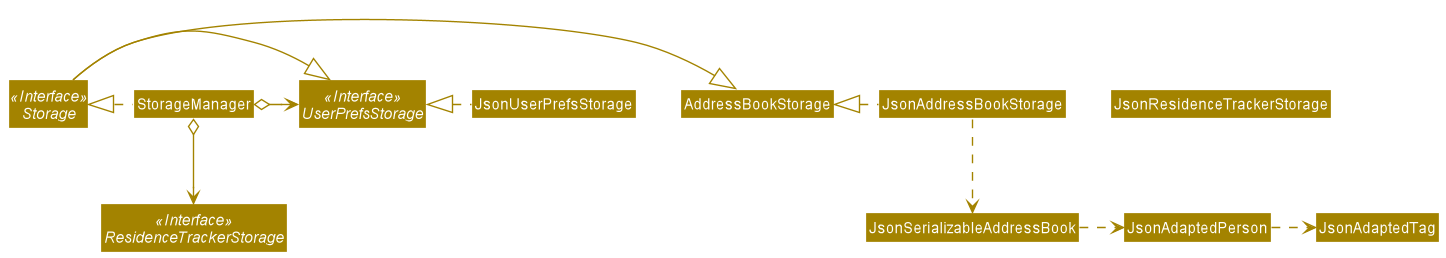
This is docs/images/StorageClassDiagram.png from nus-cs2103-AY2021S2/tp, a PlantUML export, as it was before one commit. The source it was exported from:
```plantuml
@startuml
!include style.puml
skinparam arrowThickness 1.1
skinparam arrowColor STORAGE_COLOR
skinparam classBackgroundColor STORAGE_COLOR

Interface Storage <<Interface>>
Interface UserPrefsStorage <<Interface>>
Interface ResidenceTrackerStorage <<Interface>>

Class StorageManager
Class JsonUserPrefsStorage
Class JsonResidenceTrackerStorage

StorageManager .left.|> Storage
StorageManager o-right-> UserPrefsStorage
StorageManager o--> ResidenceTrackerStorage

Storage -|> UserPrefsStorage
Storage -|> AddressBookStorage

JsonUserPrefsStorage .left.|> UserPrefsStorage
JsonAddressBookStorage .left.|> AddressBookStorage
JsonAddressBookStorage .down.> JsonSerializableAddressBook
JsonSerializableAddressBook .right.> JsonAdaptedPerson
JsonAdaptedPerson .right.> JsonAdaptedTag
@enduml
```
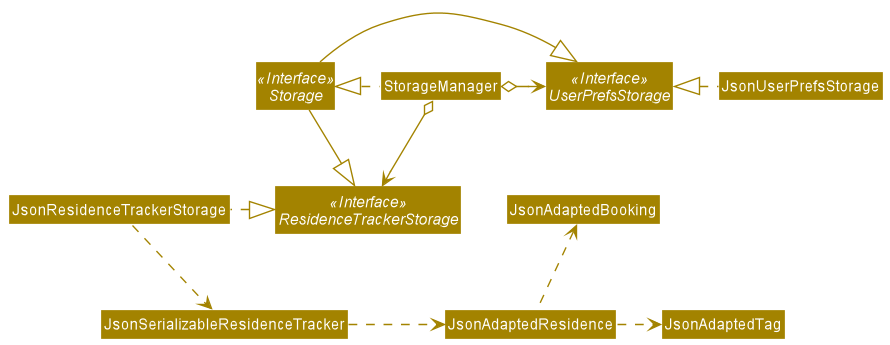
Above is the later version.

The edit, as a diff of the source:
```diff
@@ -17,11 +17,12 @@
 StorageManager o--> ResidenceTrackerStorage
 
 Storage -|> UserPrefsStorage
-Storage -|> AddressBookStorage
+Storage -|> ResidenceTrackerStorage
 
 JsonUserPrefsStorage .left.|> UserPrefsStorage
-JsonAddressBookStorage .left.|> AddressBookStorage
-JsonAddressBookStorage .down.> JsonSerializableAddressBook
-JsonSerializableAddressBook .right.> JsonAdaptedPerson
-JsonAdaptedPerson .right.> JsonAdaptedTag
+JsonResidenceTrackerStorage .left.|> ResidenceTrackerStorage
+JsonResidenceTrackerStorage .down.> JsonSerializableResidenceTracker
+JsonSerializableResidenceTracker .right.> JsonAdaptedResidence
+JsonAdaptedResidence .right.> JsonAdaptedTag
+JsonAdaptedResidence .up.> JsonAdaptedBooking
 @enduml
```
